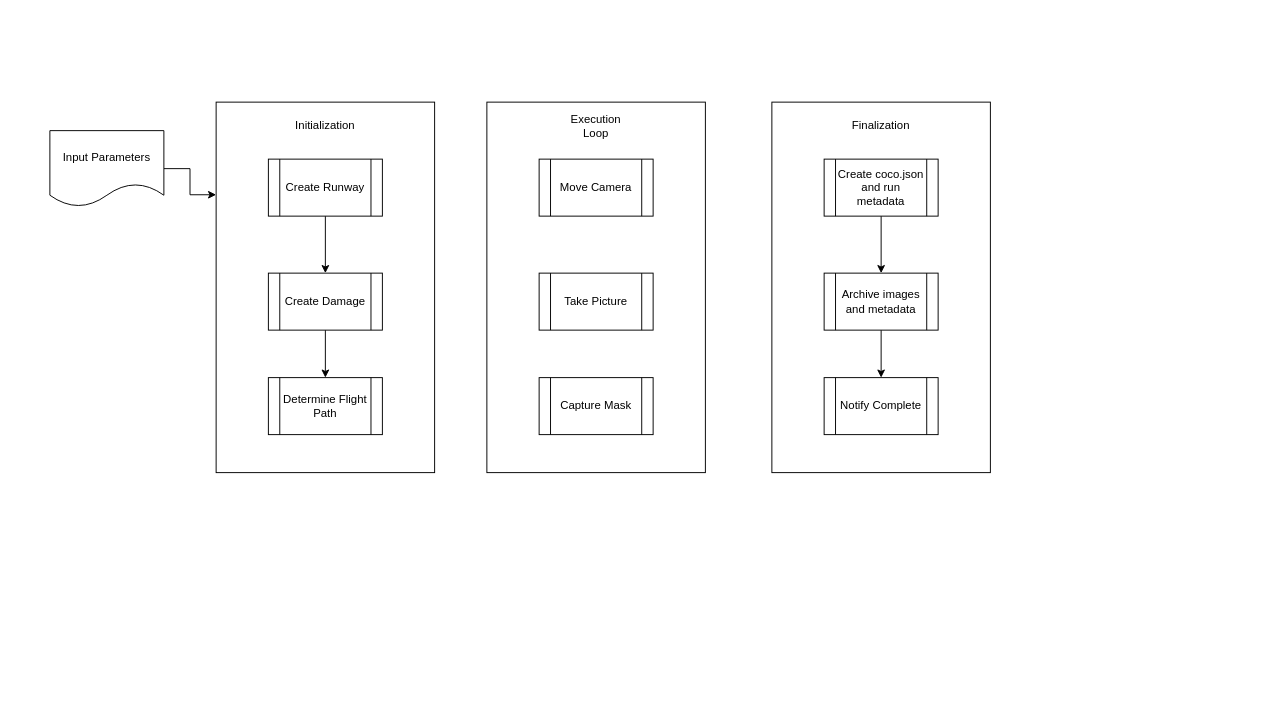
Above: page "Single Crater" (1 of 4) of Synthetic.drawio in Bspeirtorch/draw (draw.io), before the change. Source tidied: cells renumbered, new cells numbered last; positions are measured from the earlier drawing's top-left corner, leaving out a move shared by most shapes. Both pictures are drawn from the tidied source at 95%, with x=0, y=0 at pixel (49, 102).
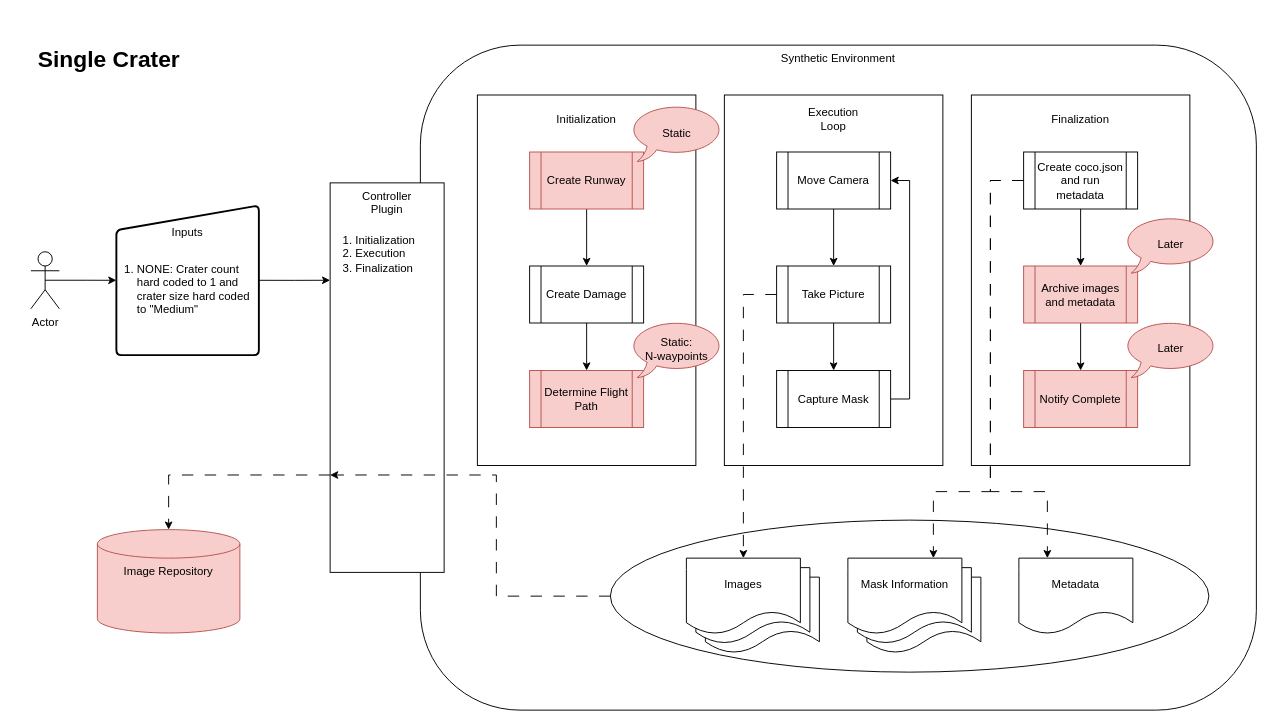
The same diagram, later.

Commit message:
Phased approach

What changed in the source:
```diff
@@
+    <mxCell id="23" style="edgeStyle=orthogonalEdgeStyle;rounded=0;jettySize=auto;html=1;exitX=1;exitY=0.5;exitDx=0;exitDy=0;entryX=0.992;entryY=0.425;entryDx=0;entryDy=0;entryPerimeter=0;dashed=1;dashPattern=12 12;" parent="1" edge="1" source="18" target="46">
+      <mxGeometry relative="1" as="geometry" />
+    </mxCell>
+    <mxCell id="24" value="Synthetic Environment" style="rounded=1;whiteSpace=wrap;html=1;horizontal=1;verticalAlign=top;" parent="1" vertex="1">
+      <mxGeometry x="390" y="-60" width="880" height="700" as="geometry" />
+    </mxCell>
+    <mxCell id="25" style="ellipse;whiteSpace=wrap;html=1;" parent="1" vertex="1">
+      <mxGeometry x="590" y="440" width="630" height="160" as="geometry" />
+    </mxCell>
+    <mxCell id="26" style="edgeStyle=orthogonalEdgeStyle;rounded=0;jettySize=auto;html=1;exitX=0.5;exitY=0.5;exitDx=0;exitDy=0;exitPerimeter=0;entryX=0;entryY=0.5;entryDx=0;entryDy=0;" parent="1" edge="1" source="27" target="49">
+      <mxGeometry relative="1" as="geometry" />
+    </mxCell>
+    <mxCell id="27" value="Actor" style="shape=umlActor;verticalLabelPosition=bottom;verticalAlign=top;html=1;outlineConnect=0;" parent="1" vertex="1">
+      <mxGeometry x="-20" y="157.5" width="30" height="60" as="geometry" />
+    </mxCell>
+    <mxCell id="28" value="&lt;div&gt;Controller&lt;/div&gt;&lt;div&gt;Plugin&lt;/div&gt;" style="rounded=0;whiteSpace=wrap;html=1;horizontal=1;verticalAlign=top;" parent="1" vertex="1">
+      <mxGeometry x="295" y="85" width="120" height="410" as="geometry" />
+    </mxCell>
+    <mxCell id="29" style="group;" parent="1" vertex="1">
+      <mxGeometry x="450" y="-7.5" width="260" height="390" as="geometry" />
+    </mxCell>
-    <mxCell id="2" style="rounded=0;whiteSpace=wrap;html=1;" parent="1" vertex="1">
-      <mxGeometry x="175" width="230" height="390" as="geometry" />
+    <mxCell id="2" style="rounded=0;whiteSpace=wrap;html=1;" parent="29" vertex="1">
+      <mxGeometry width="230" height="390" as="geometry" />
     </mxCell>
-    <mxCell id="3" style="edgeStyle=orthogonalEdgeStyle;rounded=0;jettySize=auto;html=1;exitX=1;exitY=0.5;exitDx=0;exitDy=0;entryX=0;entryY=0.25;entryDx=0;entryDy=0;" parent="1" edge="1" source="4" target="2">
-      <mxGeometry relative="1" as="geometry" />
-    </mxCell>
-    <mxCell id="4" value="Input Parameters" style="shape=document;whiteSpace=wrap;html=1;boundedLbl=1;" parent="1" vertex="1">
-      <mxGeometry y="30" width="120" height="80" as="geometry" />
-    </mxCell>
-    <mxCell id="5" style="edgeStyle=orthogonalEdgeStyle;rounded=0;jettySize=auto;html=1;exitX=0.5;exitY=1;exitDx=0;exitDy=0;entryX=0.5;entryY=0;entryDx=0;entryDy=0;" parent="1" edge="1" source="6" target="8">
+    <mxCell id="5" style="edgeStyle=orthogonalEdgeStyle;rounded=0;jettySize=auto;html=1;exitX=0.5;exitY=1;exitDx=0;exitDy=0;entryX=0.5;entryY=0;entryDx=0;entryDy=0;" parent="29" edge="1" source="6" target="8">
       <mxGeometry relative="1" as="geometry" />
     </mxCell>
-    <mxCell id="6" value="Create Runway" style="shape=process;whiteSpace=wrap;html=1;backgroundOutline=1;" parent="1" vertex="1">
-      <mxGeometry x="230" y="60" width="120" height="60" as="geometry" />
+    <mxCell id="6" value="Create Runway" style="shape=process;whiteSpace=wrap;html=1;backgroundOutline=1;fillColor=#f8cecc;strokeColor=#b85450;" parent="29" vertex="1">
+      <mxGeometry x="55" y="60" width="120" height="60" as="geometry" />
     </mxCell>
-    <mxCell id="7" style="edgeStyle=orthogonalEdgeStyle;rounded=0;jettySize=auto;html=1;exitX=0.5;exitY=1;exitDx=0;exitDy=0;entryX=0.5;entryY=0;entryDx=0;entryDy=0;" parent="1" edge="1" source="8" target="9">
+    <mxCell id="7" style="edgeStyle=orthogonalEdgeStyle;rounded=0;jettySize=auto;html=1;exitX=0.5;exitY=1;exitDx=0;exitDy=0;entryX=0.5;entryY=0;entryDx=0;entryDy=0;" parent="29" edge="1" source="8" target="9">
       <mxGeometry relative="1" as="geometry" />
     </mxCell>
-    <mxCell id="8" value="Create Damage" style="shape=process;whiteSpace=wrap;html=1;backgroundOutline=1;" parent="1" vertex="1">
-      <mxGeometry x="230" y="180" width="120" height="60" as="geometry" />
+    <mxCell id="8" value="Create Damage" style="shape=process;whiteSpace=wrap;html=1;backgroundOutline=1;" parent="29" vertex="1">
+      <mxGeometry x="55" y="180" width="120" height="60" as="geometry" />
     </mxCell>
-    <mxCell id="9" value="Determine Flight Path" style="shape=process;whiteSpace=wrap;html=1;backgroundOutline=1;" parent="1" vertex="1">
-      <mxGeometry x="230" y="290" width="120" height="60" as="geometry" />
+    <mxCell id="9" value="Determine Flight Path" style="shape=process;whiteSpace=wrap;html=1;backgroundOutline=1;fillColor=#f8cecc;strokeColor=#b85450;" parent="29" vertex="1">
+      <mxGeometry x="55" y="290" width="120" height="60" as="geometry" />
     </mxCell>
-    <mxCell id="10" value="Initialization" style="text;html=1;align=center;verticalAlign=middle;whiteSpace=wrap;rounded=0;" parent="1" vertex="1">
-      <mxGeometry x="260" y="10" width="60" height="30" as="geometry" />
+    <mxCell id="10" value="Initialization" style="text;html=1;align=center;verticalAlign=middle;whiteSpace=wrap;rounded=0;" parent="29" vertex="1">
+      <mxGeometry x="85" y="10" width="60" height="30" as="geometry" />
     </mxCell>
+    <mxCell id="30" value="Static" style="whiteSpace=wrap;html=1;shape=mxgraph.basic.oval_callout;fillColor=#f8cecc;strokeColor=#b85450;" parent="29" vertex="1">
+      <mxGeometry x="160" y="10" width="100" height="60" as="geometry" />
+    </mxCell>
+    <mxCell id="31" value="&lt;ol&gt;&lt;li&gt;Initialization&lt;/li&gt;&lt;li&gt;Execution&lt;/li&gt;&lt;li&gt;Finalization&lt;/li&gt;&lt;/ol&gt;" style="text;html=1;align=left;verticalAlign=top;whiteSpace=wrap;rounded=0;" parent="1" vertex="1">
+      <mxGeometry x="280" y="120" width="125" height="80" as="geometry" />
+    </mxCell>
+    <mxCell id="32" style="group;" parent="1" vertex="1">
+      <mxGeometry x="710" y="-7.5" width="230" height="390" as="geometry" />
+    </mxCell>
-    <mxCell id="11" style="rounded=0;whiteSpace=wrap;html=1;" parent="1" vertex="1">
-      <mxGeometry x="460" width="230" height="390" as="geometry" />
+    <mxCell id="11" style="rounded=0;whiteSpace=wrap;html=1;" parent="32" vertex="1">
+      <mxGeometry width="230" height="390" as="geometry" />
     </mxCell>
-    <mxCell id="12" value="&lt;div&gt;Execution Loop&lt;/div&gt;" style="text;html=1;align=center;verticalAlign=middle;whiteSpace=wrap;rounded=0;" parent="1" vertex="1">
-      <mxGeometry x="545" y="10" width="60" height="30" as="geometry" />
+    <mxCell id="12" value="&lt;div&gt;Execution Loop&lt;/div&gt;" style="text;html=1;align=center;verticalAlign=middle;whiteSpace=wrap;rounded=0;" parent="32" vertex="1">
+      <mxGeometry x="85" y="10" width="60" height="30" as="geometry" />
     </mxCell>
+    <mxCell id="33" style="edgeStyle=orthogonalEdgeStyle;rounded=0;jettySize=auto;html=1;exitX=0.5;exitY=1;exitDx=0;exitDy=0;entryX=0.5;entryY=0;entryDx=0;entryDy=0;" parent="32" edge="1" source="13" target="14">
+      <mxGeometry relative="1" as="geometry" />
+    </mxCell>
-    <mxCell id="13" value="Move Camera" style="shape=process;whiteSpace=wrap;html=1;backgroundOutline=1;" parent="1" vertex="1">
-      <mxGeometry x="515" y="60" width="120" height="60" as="geometry" />
+    <mxCell id="13" value="Move Camera" style="shape=process;whiteSpace=wrap;html=1;backgroundOutline=1;" parent="32" vertex="1">
+      <mxGeometry x="55" y="60" width="120" height="60" as="geometry" />
     </mxCell>
+    <mxCell id="34" style="edgeStyle=orthogonalEdgeStyle;rounded=0;jettySize=auto;html=1;exitX=0.5;exitY=1;exitDx=0;exitDy=0;entryX=0.5;entryY=0;entryDx=0;entryDy=0;" parent="32" edge="1" source="14" target="15">
+      <mxGeometry relative="1" as="geometry" />
+    </mxCell>
-    <mxCell id="14" value="Take Picture" style="shape=process;whiteSpace=wrap;html=1;backgroundOutline=1;" parent="1" vertex="1">
-      <mxGeometry x="515" y="180" width="120" height="60" as="geometry" />
+    <mxCell id="14" value="Take Picture" style="shape=process;whiteSpace=wrap;html=1;backgroundOutline=1;" parent="32" vertex="1">
+      <mxGeometry x="55" y="180" width="120" height="60" as="geometry" />
     </mxCell>
+    <mxCell id="35" style="edgeStyle=orthogonalEdgeStyle;rounded=0;jettySize=auto;html=1;exitX=1;exitY=0.5;exitDx=0;exitDy=0;entryX=1;entryY=0.5;entryDx=0;entryDy=0;" parent="32" edge="1" source="15" target="13">
+      <mxGeometry relative="1" as="geometry" />
+    </mxCell>
-    <mxCell id="15" value="Capture Mask" style="shape=process;whiteSpace=wrap;html=1;backgroundOutline=1;" parent="1" vertex="1">
-      <mxGeometry x="515" y="290" width="120" height="60" as="geometry" />
+    <mxCell id="15" value="Capture Mask" style="shape=process;whiteSpace=wrap;html=1;backgroundOutline=1;" parent="32" vertex="1">
+      <mxGeometry x="55" y="290" width="120" height="60" as="geometry" />
     </mxCell>
+    <mxCell id="36" style="group;" parent="1" vertex="1">
+      <mxGeometry x="970" y="-7.5" width="260" height="390" as="geometry" />
+    </mxCell>
-    <mxCell id="16" style="rounded=0;whiteSpace=wrap;html=1;" parent="1" vertex="1">
-      <mxGeometry x="760" width="230" height="390" as="geometry" />
+    <mxCell id="16" style="rounded=0;whiteSpace=wrap;html=1;" parent="36" vertex="1">
+      <mxGeometry width="230" height="390" as="geometry" />
     </mxCell>
-    <mxCell id="17" style="edgeStyle=orthogonalEdgeStyle;rounded=0;jettySize=auto;html=1;exitX=0.5;exitY=1;exitDx=0;exitDy=0;entryX=0.5;entryY=0;entryDx=0;entryDy=0;" parent="1" edge="1" source="18" target="20">
+    <mxCell id="17" style="edgeStyle=orthogonalEdgeStyle;rounded=0;jettySize=auto;html=1;exitX=0.5;exitY=1;exitDx=0;exitDy=0;entryX=0.5;entryY=0;entryDx=0;entryDy=0;" parent="36" edge="1" source="18" target="20">
       <mxGeometry relative="1" as="geometry" />
     </mxCell>
-    <mxCell id="18" value="Create coco.json and run metadata" style="shape=process;whiteSpace=wrap;html=1;backgroundOutline=1;" parent="1" vertex="1">
-      <mxGeometry x="815" y="60" width="120" height="60" as="geometry" />
+    <mxCell id="18" value="Create coco.json and run metadata" style="shape=process;whiteSpace=wrap;html=1;backgroundOutline=1;" parent="36" vertex="1">
+      <mxGeometry x="55" y="60" width="120" height="60" as="geometry" />
     </mxCell>
-    <mxCell id="19" style="edgeStyle=orthogonalEdgeStyle;rounded=0;jettySize=auto;html=1;exitX=0.5;exitY=1;exitDx=0;exitDy=0;entryX=0.5;entryY=0;entryDx=0;entryDy=0;" parent="1" edge="1" source="20" target="21">
+    <mxCell id="19" style="edgeStyle=orthogonalEdgeStyle;rounded=0;jettySize=auto;html=1;exitX=0.5;exitY=1;exitDx=0;exitDy=0;entryX=0.5;entryY=0;entryDx=0;entryDy=0;" parent="36" edge="1" source="20" target="21">
       <mxGeometry relative="1" as="geometry" />
     </mxCell>
-    <mxCell id="20" value="Archive images and metadata" style="shape=process;whiteSpace=wrap;html=1;backgroundOutline=1;" parent="1" vertex="1">
-      <mxGeometry x="815" y="180" width="120" height="60" as="geometry" />
+    <mxCell id="20" value="Archive images and metadata" style="shape=process;whiteSpace=wrap;html=1;backgroundOutline=1;fillColor=#f8cecc;strokeColor=#b85450;" parent="36" vertex="1">
+      <mxGeometry x="55" y="180" width="120" height="60" as="geometry" />
     </mxCell>
-    <mxCell id="21" value="Notify Complete" style="shape=process;whiteSpace=wrap;html=1;backgroundOutline=1;" parent="1" vertex="1">
-      <mxGeometry x="815" y="290" width="120" height="60" as="geometry" />
+    <mxCell id="21" value="Notify Complete" style="shape=process;whiteSpace=wrap;html=1;backgroundOutline=1;fillColor=#f8cecc;strokeColor=#b85450;" parent="36" vertex="1">
+      <mxGeometry x="55" y="290" width="120" height="60" as="geometry" />
     </mxCell>
-    <mxCell id="22" value="Finalization" style="text;html=1;align=center;verticalAlign=middle;whiteSpace=wrap;rounded=0;" parent="1" vertex="1">
-      <mxGeometry x="845" y="10" width="60" height="30" as="geometry" />
+    <mxCell id="22" value="Finalization" style="text;html=1;align=center;verticalAlign=middle;whiteSpace=wrap;rounded=0;" parent="36" vertex="1">
+      <mxGeometry x="85" y="10" width="60" height="30" as="geometry" />
     </mxCell>
+    <mxCell id="37" value="Later" style="whiteSpace=wrap;html=1;shape=mxgraph.basic.oval_callout;fillColor=#f8cecc;strokeColor=#b85450;" parent="36" vertex="1">
+      <mxGeometry x="160" y="237.5" width="100" height="60" as="geometry" />
+    </mxCell>
+    <mxCell id="38" value="Image Repository" style="shape=cylinder3;whiteSpace=wrap;html=1;boundedLbl=1;backgroundOutline=1;size=15;verticalAlign=top;fillColor=#f8cecc;strokeColor=#b85450;" parent="1" vertex="1">
+      <mxGeometry x="50" y="450" width="150" height="108.8" as="geometry" />
+    </mxCell>
+    <mxCell id="39" style="shape=document;whiteSpace=wrap;html=1;boundedLbl=1;" parent="1" vertex="1">
+      <mxGeometry x="860" y="500" width="120" height="80" as="geometry" />
+    </mxCell>
+    <mxCell id="40" style="shape=document;whiteSpace=wrap;html=1;boundedLbl=1;" parent="1" vertex="1">
+      <mxGeometry x="850" y="490" width="120" height="80" as="geometry" />
+    </mxCell>
+    <mxCell id="41" value="Mask Information" style="shape=document;whiteSpace=wrap;html=1;boundedLbl=1;" parent="1" vertex="1">
+      <mxGeometry x="840" y="480" width="120" height="80" as="geometry" />
+    </mxCell>
+    <mxCell id="42" style="shape=document;whiteSpace=wrap;html=1;boundedLbl=1;" parent="1" vertex="1">
+      <mxGeometry x="690" y="500" width="120" height="80" as="geometry" />
+    </mxCell>
+    <mxCell id="43" style="shape=document;whiteSpace=wrap;html=1;boundedLbl=1;" parent="1" vertex="1">
+      <mxGeometry x="680" y="490" width="120" height="80" as="geometry" />
+    </mxCell>
+    <mxCell id="44" value="Images" style="shape=document;whiteSpace=wrap;html=1;boundedLbl=1;" parent="1" vertex="1">
+      <mxGeometry x="670" y="480" width="120" height="80" as="geometry" />
+    </mxCell>
+    <mxCell id="45" style="edgeStyle=orthogonalEdgeStyle;rounded=0;jettySize=auto;html=1;exitX=0;exitY=0.5;exitDx=0;exitDy=0;dashed=1;dashPattern=12 12;" parent="1" edge="1" source="14" target="44">
+      <mxGeometry relative="1" as="geometry" />
+    </mxCell>
+    <mxCell id="46" value="Metadata" style="shape=document;whiteSpace=wrap;html=1;boundedLbl=1;" parent="1" vertex="1">
+      <mxGeometry x="1020" y="480" width="120" height="80" as="geometry" />
+    </mxCell>
+    <mxCell id="47" style="edgeStyle=orthogonalEdgeStyle;rounded=0;jettySize=auto;html=1;exitX=0;exitY=0.75;exitDx=0;exitDy=0;entryX=0.5;entryY=0;entryDx=0;entryDy=0;entryPerimeter=0;dashed=1;dashPattern=12 12;" parent="1" edge="1" source="28" target="38">
+      <mxGeometry relative="1" as="geometry" />
+    </mxCell>
+    <mxCell id="48" style="edgeStyle=orthogonalEdgeStyle;rounded=0;jettySize=auto;html=1;exitX=1;exitY=0.5;exitDx=0;exitDy=0;entryX=0;entryY=0.25;entryDx=0;entryDy=0;" parent="1" edge="1" source="49" target="28">
+      <mxGeometry relative="1" as="geometry" />
+    </mxCell>
+    <mxCell id="49" value="&lt;br&gt;&lt;div&gt;Inputs&lt;/div&gt;" style="html=1;strokeWidth=2;shape=manualInput;whiteSpace=wrap;rounded=1;size=26;arcSize=11;verticalAlign=top;" parent="1" vertex="1">
+      <mxGeometry x="70" y="108.8" width="150" height="157.5" as="geometry" />
+    </mxCell>
+    <mxCell id="50" value="&lt;ol&gt;&lt;li&gt;NONE: Crater count hard coded to 1 and crater size hard coded to &quot;Medium&quot;&lt;br&gt;&lt;/li&gt;&lt;/ol&gt;" style="text;html=1;align=left;verticalAlign=top;whiteSpace=wrap;rounded=0;" parent="1" vertex="1">
+      <mxGeometry x="50" y="150" width="170" height="80" as="geometry" />
+    </mxCell>
+    <mxCell id="51" style="edgeStyle=orthogonalEdgeStyle;rounded=0;jettySize=auto;html=1;exitX=0;exitY=0.5;exitDx=0;exitDy=0;entryX=0;entryY=0.75;entryDx=0;entryDy=0;dashed=1;dashPattern=12 12;" parent="1" edge="1" source="25" target="28">
+      <mxGeometry relative="1" as="geometry">
+        <Array as="points">
+          <mxPoint x="470" y="520" />
+          <mxPoint x="470" y="393" />
+        </Array>
+      </mxGeometry>
+    </mxCell>
+    <mxCell id="52" value="&lt;div&gt;Static:&lt;br&gt;&lt;/div&gt;&lt;div&gt;N-waypoints&lt;br&gt;&lt;/div&gt;" style="whiteSpace=wrap;html=1;shape=mxgraph.basic.oval_callout;fillColor=#f8cecc;strokeColor=#b85450;" parent="1" vertex="1">
+      <mxGeometry x="610" y="230" width="100" height="60" as="geometry" />
+    </mxCell>
+    <mxCell id="53" value="&lt;h1&gt;Single Crater&lt;/h1&gt;" style="text;html=1;align=center;verticalAlign=middle;whiteSpace=wrap;rounded=0;" parent="1" vertex="1">
+      <mxGeometry x="-35" y="-90" width="195" height="90" as="geometry" />
+    </mxCell>
+    <mxCell id="54" style="edgeStyle=orthogonalEdgeStyle;rounded=0;jettySize=auto;html=1;exitX=0;exitY=0.5;exitDx=0;exitDy=0;entryX=0.75;entryY=0;entryDx=0;entryDy=0;dashed=1;dashPattern=12 12;" parent="1" edge="1" source="18" target="41">
+      <mxGeometry relative="1" as="geometry">
+        <Array as="points">
+          <mxPoint x="990" y="83" />
+          <mxPoint x="990" y="410" />
+          <mxPoint x="930" y="410" />
+        </Array>
+      </mxGeometry>
+    </mxCell>
+    <mxCell id="55" style="edgeStyle=orthogonalEdgeStyle;rounded=0;jettySize=auto;html=1;exitX=0;exitY=0.5;exitDx=0;exitDy=0;entryX=0.25;entryY=0;entryDx=0;entryDy=0;dashed=1;dashPattern=12 12;" parent="1" edge="1" source="18" target="46">
+      <mxGeometry relative="1" as="geometry">
+        <Array as="points">
+          <mxPoint x="990" y="83" />
+          <mxPoint x="990" y="410" />
+          <mxPoint x="1050" y="410" />
+        </Array>
+      </mxGeometry>
+    </mxCell>
+    <mxCell id="56" value="Later" style="whiteSpace=wrap;html=1;shape=mxgraph.basic.oval_callout;fillColor=#f8cecc;strokeColor=#b85450;" parent="1" vertex="1">
+      <mxGeometry x="1130" y="120" width="100" height="60" as="geometry" />
+    </mxCell>
```
